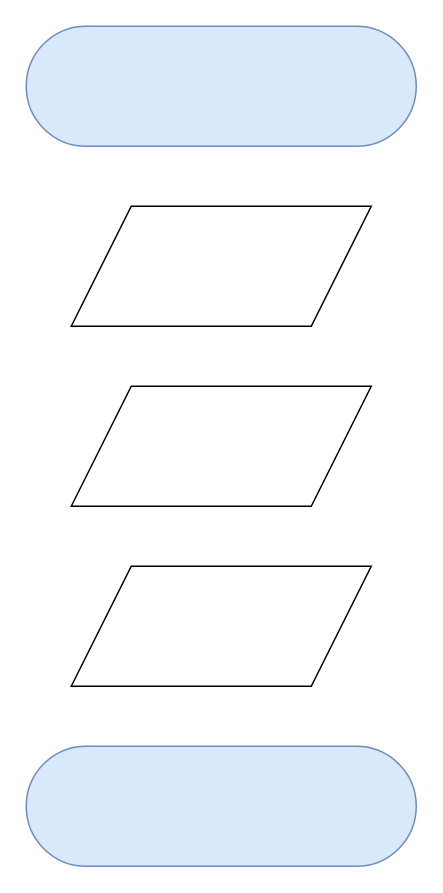
Before: doc/Untitled Diagram.drawio in RedjaderCode/redjader, a draw.io diagram. Source tidied: cells renumbered, new cells numbered last; positions are measured from the earlier drawing's top-left corner, leaving out a move shared by most shapes. Both pictures are drawn from the tidied source at 150%, with x=0, y=0 at pixel (26, 26).
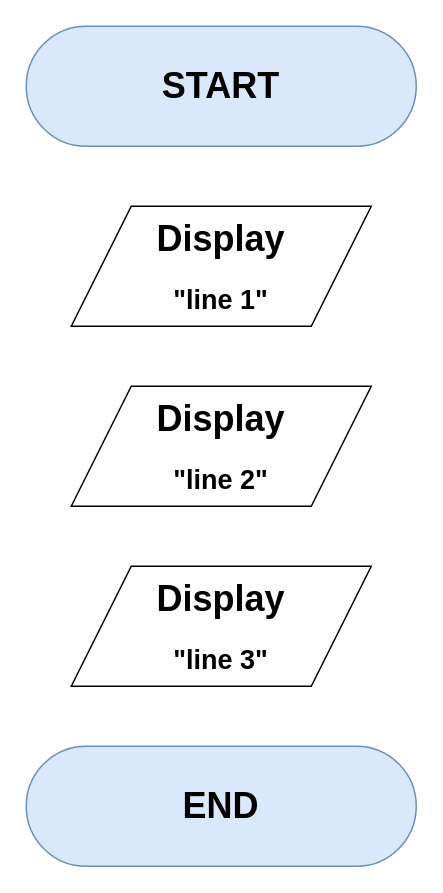
The same diagram, later.

Change to the diagram source:
```diff
@@
 <mxGraphModel>
   <root>
     <mxCell id="0" />
     <mxCell id="1" parent="0" />
-    <mxCell id="2" style="html=1;dashed=0;whiteSpace=wrap;shape=mxgraph.dfd.start;fillColor=#dae8fc;strokeColor=#6c8ebf;" parent="1" vertex="1">
+    <mxCell id="2" value="&lt;h1&gt;START&lt;/h1&gt;" style="html=1;dashed=0;whiteSpace=wrap;shape=mxgraph.dfd.start;fillColor=#dae8fc;strokeColor=#6c8ebf;" parent="1" vertex="1">
       <mxGeometry width="260" height="80" as="geometry" />
     </mxCell>
-    <mxCell id="3" style="shape=parallelogram;perimeter=parallelogramPerimeter;whiteSpace=wrap;html=1;dashed=0;" parent="1" vertex="1">
+    <mxCell id="3" value="&lt;h1&gt;Display&lt;/h1&gt;&lt;h2&gt;&quot;line 1&quot;&lt;/h2&gt;" style="shape=parallelogram;perimeter=parallelogramPerimeter;whiteSpace=wrap;html=1;dashed=0;" parent="1" vertex="1">
       <mxGeometry x="30" y="120" width="200" height="80" as="geometry" />
     </mxCell>
-    <mxCell id="4" style="shape=parallelogram;perimeter=parallelogramPerimeter;whiteSpace=wrap;html=1;dashed=0;" parent="1" vertex="1">
+    <mxCell id="4" value="&lt;h1&gt;Display&lt;/h1&gt;&lt;h2&gt;&quot;line 2&quot;&lt;/h2&gt;" style="shape=parallelogram;perimeter=parallelogramPerimeter;whiteSpace=wrap;html=1;dashed=0;" parent="1" vertex="1">
       <mxGeometry x="30" y="240" width="200" height="80" as="geometry" />
     </mxCell>
-    <mxCell id="5" style="shape=parallelogram;perimeter=parallelogramPerimeter;whiteSpace=wrap;html=1;dashed=0;" parent="1" vertex="1">
+    <mxCell id="5" value="&lt;h1&gt;Display&lt;/h1&gt;&lt;h2&gt;&quot;line 3&quot;&lt;/h2&gt;" style="shape=parallelogram;perimeter=parallelogramPerimeter;whiteSpace=wrap;html=1;dashed=0;" parent="1" vertex="1">
       <mxGeometry x="30" y="360" width="200" height="80" as="geometry" />
     </mxCell>
     <mxCell id="6" style="edgeStyle=orthogonalEdgeStyle;rounded=0;orthogonalLoop=1;jettySize=auto;html=1;exitX=0.5;exitY=1;exitDx=0;exitDy=0;" parent="1" edge="1" source="4" target="4">
       <mxGeometry relative="1" as="geometry" />
     </mxCell>
-    <mxCell id="7" style="html=1;dashed=0;whiteSpace=wrap;shape=mxgraph.dfd.start;fillColor=#dae8fc;strokeColor=#6c8ebf;" parent="1" vertex="1">
+    <mxCell id="7" value="&lt;h1&gt;END&lt;/h1&gt;" style="html=1;dashed=0;whiteSpace=wrap;shape=mxgraph.dfd.start;fillColor=#dae8fc;strokeColor=#6c8ebf;" parent="1" vertex="1">
       <mxGeometry y="480" width="260" height="80" as="geometry" />
     </mxCell>
   </root>
 </mxGraphModel>
```
